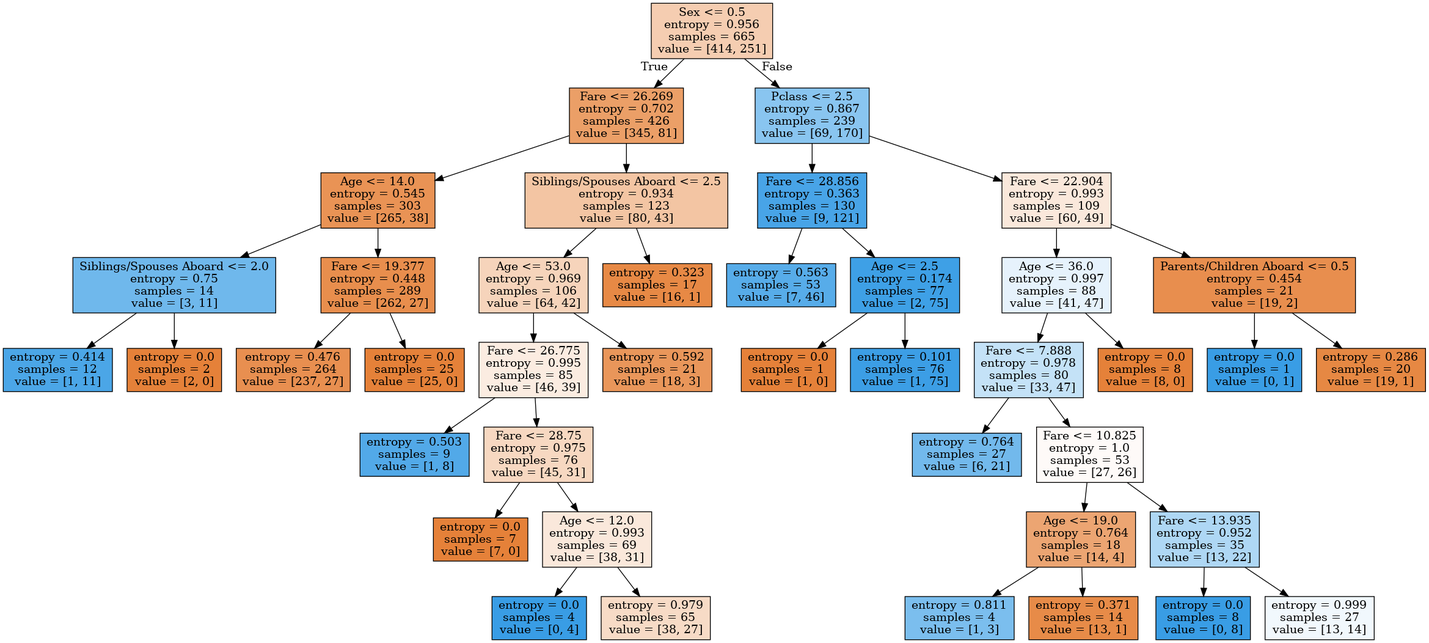
Above: datanerd.hateblo.jp/2020/04/30/tree/model2.png in sugiyamath/self_kaggling (Graphviz), before the change. Its source is kept beside it as datanerd.hateblo.jp/2020/04/30/tree/model2.dot.
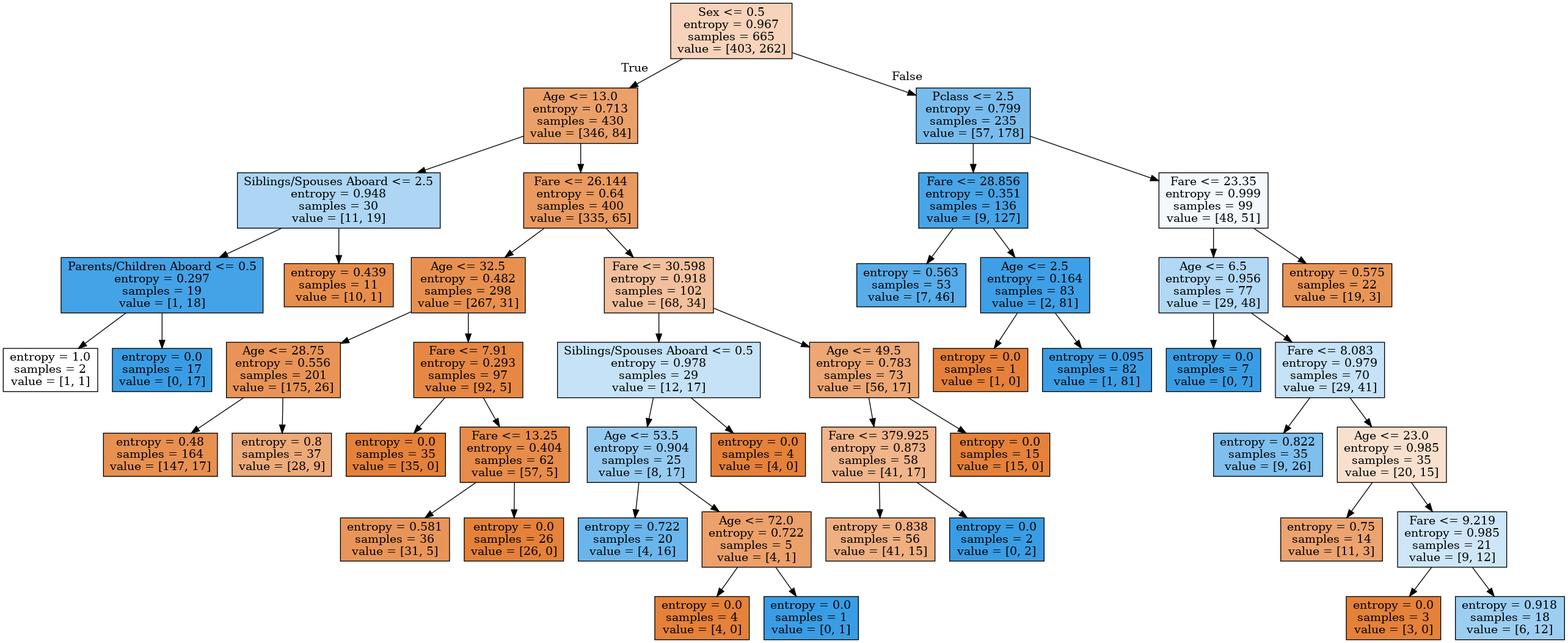
Later version of the same file.

Change to the diagram source:
```diff
@@ -1,84 +1,96 @@
 digraph Tree {
 node [shape=box, style="filled", color="black"] ;
-0 [label="Sex <= 0.5\nentropy = 0.956\nsamples = 665\nvalue = [414, 251]", fillcolor="#f5cdb1"] ;
-1 [label="Fare <= 26.269\nentropy = 0.702\nsamples = 426\nvalue = [345, 81]", fillcolor="#eb9f67"] ;
+0 [label="Sex <= 0.5\nentropy = 0.967\nsamples = 665\nvalue = [403, 262]", fillcolor="#f6d3ba"] ;
+1 [label="Age <= 13.0\nentropy = 0.713\nsamples = 430\nvalue = [346, 84]", fillcolor="#eba069"] ;
 0 -> 1 [labeldistance=2.5, labelangle=45, headlabel="True"] ;
-5 [label="Age <= 14.0\nentropy = 0.545\nsamples = 303\nvalue = [265, 38]", fillcolor="#e99355"] ;
+5 [label="Siblings/Spouses Aboard <= 2.5\nentropy = 0.948\nsamples = 30\nvalue = [11, 19]", fillcolor="#acd6f4"] ;
 1 -> 5 ;
-7 [label="Siblings/Spouses Aboard <= 2.0\nentropy = 0.75\nsamples = 14\nvalue = [3, 11]", fillcolor="#6fb8ec"] ;
-5 -> 7 ;
-21 [label="entropy = 0.414\nsamples = 12\nvalue = [1, 11]", fillcolor="#4ba6e7"] ;
-7 -> 21 ;
-22 [label="entropy = 0.0\nsamples = 2\nvalue = [2, 0]", fillcolor="#e58139"] ;
-7 -> 22 ;
-8 [label="Fare <= 19.377\nentropy = 0.448\nsamples = 289\nvalue = [262, 27]", fillcolor="#e88e4d"] ;
-5 -> 8 ;
-39 [label="entropy = 0.476\nsamples = 264\nvalue = [237, 27]", fillcolor="#e88f50"] ;
-8 -> 39 ;
-40 [label="entropy = 0.0\nsamples = 25\nvalue = [25, 0]", fillcolor="#e58139"] ;
-8 -> 40 ;
-6 [label="Siblings/Spouses Aboard <= 2.5\nentropy = 0.934\nsamples = 123\nvalue = [80, 43]", fillcolor="#f3c5a3"] ;
+9 [label="Parents/Children Aboard <= 0.5\nentropy = 0.297\nsamples = 19\nvalue = [1, 18]", fillcolor="#44a2e6"] ;
+5 -> 9 ;
+31 [label="entropy = 1.0\nsamples = 2\nvalue = [1, 1]", fillcolor="#ffffff"] ;
+9 -> 31 ;
+32 [label="entropy = 0.0\nsamples = 17\nvalue = [0, 17]", fillcolor="#399de5"] ;
+9 -> 32 ;
+10 [label="entropy = 0.439\nsamples = 11\nvalue = [10, 1]", fillcolor="#e88e4d"] ;
+5 -> 10 ;
+6 [label="Fare <= 26.144\nentropy = 0.64\nsamples = 400\nvalue = [335, 65]", fillcolor="#ea995f"] ;
 1 -> 6 ;
-13 [label="Age <= 53.0\nentropy = 0.969\nsamples = 106\nvalue = [64, 42]", fillcolor="#f6d4bb"] ;
-6 -> 13 ;
-15 [label="Fare <= 26.775\nentropy = 0.995\nsamples = 85\nvalue = [46, 39]", fillcolor="#fbece1"] ;
-13 -> 15 ;
-17 [label="entropy = 0.503\nsamples = 9\nvalue = [1, 8]", fillcolor="#52a9e8"] ;
-15 -> 17 ;
-18 [label="Fare <= 28.75\nentropy = 0.975\nsamples = 76\nvalue = [45, 31]", fillcolor="#f7d8c1"] ;
-15 -> 18 ;
-19 [label="entropy = 0.0\nsamples = 7\nvalue = [7, 0]", fillcolor="#e58139"] ;
-18 -> 19 ;
-20 [label="Age <= 12.0\nentropy = 0.993\nsamples = 69\nvalue = [38, 31]", fillcolor="#fae8db"] ;
-18 -> 20 ;
-23 [label="entropy = 0.0\nsamples = 4\nvalue = [0, 4]", fillcolor="#399de5"] ;
-20 -> 23 ;
-24 [label="entropy = 0.979\nsamples = 65\nvalue = [38, 27]", fillcolor="#f7dbc6"] ;
-20 -> 24 ;
-16 [label="entropy = 0.592\nsamples = 21\nvalue = [18, 3]", fillcolor="#e9965a"] ;
-13 -> 16 ;
-14 [label="entropy = 0.323\nsamples = 17\nvalue = [16, 1]", fillcolor="#e78945"] ;
-6 -> 14 ;
-2 [label="Pclass <= 2.5\nentropy = 0.867\nsamples = 239\nvalue = [69, 170]", fillcolor="#89c5f0"] ;
+7 [label="Age <= 32.5\nentropy = 0.482\nsamples = 298\nvalue = [267, 31]", fillcolor="#e89050"] ;
+6 -> 7 ;
+35 [label="Age <= 28.75\nentropy = 0.556\nsamples = 201\nvalue = [175, 26]", fillcolor="#e99456"] ;
+7 -> 35 ;
+45 [label="entropy = 0.48\nsamples = 164\nvalue = [147, 17]", fillcolor="#e89050"] ;
+35 -> 45 ;
+46 [label="entropy = 0.8\nsamples = 37\nvalue = [28, 9]", fillcolor="#edaa79"] ;
+35 -> 46 ;
+36 [label="Fare <= 7.91\nentropy = 0.293\nsamples = 97\nvalue = [92, 5]", fillcolor="#e68844"] ;
+7 -> 36 ;
+37 [label="entropy = 0.0\nsamples = 35\nvalue = [35, 0]", fillcolor="#e58139"] ;
+36 -> 37 ;
+38 [label="Fare <= 13.25\nentropy = 0.404\nsamples = 62\nvalue = [57, 5]", fillcolor="#e78c4a"] ;
+36 -> 38 ;
+39 [label="entropy = 0.581\nsamples = 36\nvalue = [31, 5]", fillcolor="#e99559"] ;
+38 -> 39 ;
+40 [label="entropy = 0.0\nsamples = 26\nvalue = [26, 0]", fillcolor="#e58139"] ;
+38 -> 40 ;
+8 [label="Fare <= 30.598\nentropy = 0.918\nsamples = 102\nvalue = [68, 34]", fillcolor="#f2c09c"] ;
+6 -> 8 ;
+13 [label="Siblings/Spouses Aboard <= 0.5\nentropy = 0.978\nsamples = 29\nvalue = [12, 17]", fillcolor="#c5e2f7"] ;
+8 -> 13 ;
+17 [label="Age <= 53.5\nentropy = 0.904\nsamples = 25\nvalue = [8, 17]", fillcolor="#96cbf1"] ;
+13 -> 17 ;
+23 [label="entropy = 0.722\nsamples = 20\nvalue = [4, 16]", fillcolor="#6ab6ec"] ;
+17 -> 23 ;
+24 [label="Age <= 72.0\nentropy = 0.722\nsamples = 5\nvalue = [4, 1]", fillcolor="#eca06a"] ;
+17 -> 24 ;
+33 [label="entropy = 0.0\nsamples = 4\nvalue = [4, 0]", fillcolor="#e58139"] ;
+24 -> 33 ;
+34 [label="entropy = 0.0\nsamples = 1\nvalue = [0, 1]", fillcolor="#399de5"] ;
+24 -> 34 ;
+18 [label="entropy = 0.0\nsamples = 4\nvalue = [4, 0]", fillcolor="#e58139"] ;
+13 -> 18 ;
+14 [label="Age <= 49.5\nentropy = 0.783\nsamples = 73\nvalue = [56, 17]", fillcolor="#eda775"] ;
+8 -> 14 ;
+15 [label="Fare <= 379.925\nentropy = 0.873\nsamples = 58\nvalue = [41, 17]", fillcolor="#f0b58b"] ;
+14 -> 15 ;
+29 [label="entropy = 0.838\nsamples = 56\nvalue = [41, 15]", fillcolor="#efaf81"] ;
+15 -> 29 ;
+30 [label="entropy = 0.0\nsamples = 2\nvalue = [0, 2]", fillcolor="#399de5"] ;
+15 -> 30 ;
+16 [label="entropy = 0.0\nsamples = 15\nvalue = [15, 0]", fillcolor="#e58139"] ;
+14 -> 16 ;
+2 [label="Pclass <= 2.5\nentropy = 0.799\nsamples = 235\nvalue = [57, 178]", fillcolor="#78bced"] ;
 0 -> 2 [labeldistance=2.5, labelangle=-45, headlabel="False"] ;
-3 [label="Fare <= 28.856\nentropy = 0.363\nsamples = 130\nvalue = [9, 121]", fillcolor="#48a4e7"] ;
+3 [label="Fare <= 28.856\nentropy = 0.351\nsamples = 136\nvalue = [9, 127]", fillcolor="#47a4e7"] ;
 2 -> 3 ;
-33 [label="entropy = 0.563\nsamples = 53\nvalue = [7, 46]", fillcolor="#57ace9"] ;
-3 -> 33 ;
-34 [label="Age <= 2.5\nentropy = 0.174\nsamples = 77\nvalue = [2, 75]", fillcolor="#3ea0e6"] ;
-3 -> 34 ;
-35 [label="entropy = 0.0\nsamples = 1\nvalue = [1, 0]", fillcolor="#e58139"] ;
-34 -> 35 ;
-36 [label="entropy = 0.101\nsamples = 76\nvalue = [1, 75]", fillcolor="#3c9ee5"] ;
-34 -> 36 ;
-4 [label="Fare <= 22.904\nentropy = 0.993\nsamples = 109\nvalue = [60, 49]", fillcolor="#fae8db"] ;
+25 [label="entropy = 0.563\nsamples = 53\nvalue = [7, 46]", fillcolor="#57ace9"] ;
+3 -> 25 ;
+26 [label="Age <= 2.5\nentropy = 0.164\nsamples = 83\nvalue = [2, 81]", fillcolor="#3e9fe6"] ;
+3 -> 26 ;
+27 [label="entropy = 0.0\nsamples = 1\nvalue = [1, 0]", fillcolor="#e58139"] ;
+26 -> 27 ;
+28 [label="entropy = 0.095\nsamples = 82\nvalue = [1, 81]", fillcolor="#3b9ee5"] ;
+26 -> 28 ;
+4 [label="Fare <= 23.35\nentropy = 0.999\nsamples = 99\nvalue = [48, 51]", fillcolor="#f3f9fd"] ;
 2 -> 4 ;
-9 [label="Age <= 36.0\nentropy = 0.997\nsamples = 88\nvalue = [41, 47]", fillcolor="#e6f2fc"] ;
-4 -> 9 ;
-11 [label="Fare <= 7.888\nentropy = 0.978\nsamples = 80\nvalue = [33, 47]", fillcolor="#c4e2f7"] ;
-9 -> 11 ;
-25 [label="entropy = 0.764\nsamples = 27\nvalue = [6, 21]", fillcolor="#72b9ec"] ;
-11 -> 25 ;
-26 [label="Fare <= 10.825\nentropy = 1.0\nsamples = 53\nvalue = [27, 26]", fillcolor="#fefaf8"] ;
-11 -> 26 ;
-27 [label="Age <= 19.0\nentropy = 0.764\nsamples = 18\nvalue = [14, 4]", fillcolor="#eca572"] ;
-26 -> 27 ;
-31 [label="entropy = 0.811\nsamples = 4\nvalue = [1, 3]", fillcolor="#7bbeee"] ;
-27 -> 31 ;
-32 [label="entropy = 0.371\nsamples = 14\nvalue = [13, 1]", fillcolor="#e78b48"] ;
-27 -> 32 ;
-28 [label="Fare <= 13.935\nentropy = 0.952\nsamples = 35\nvalue = [13, 22]", fillcolor="#aed7f4"] ;
-26 -> 28 ;
-29 [label="entropy = 0.0\nsamples = 8\nvalue = [0, 8]", fillcolor="#399de5"] ;
-28 -> 29 ;
-30 [label="entropy = 0.999\nsamples = 27\nvalue = [13, 14]", fillcolor="#f1f8fd"] ;
-28 -> 30 ;
-12 [label="entropy = 0.0\nsamples = 8\nvalue = [8, 0]", fillcolor="#e58139"] ;
-9 -> 12 ;
-10 [label="Parents/Children Aboard <= 0.5\nentropy = 0.454\nsamples = 21\nvalue = [19, 2]", fillcolor="#e88e4e"] ;
-4 -> 10 ;
-37 [label="entropy = 0.0\nsamples = 1\nvalue = [0, 1]", fillcolor="#399de5"] ;
-10 -> 37 ;
-38 [label="entropy = 0.286\nsamples = 20\nvalue = [19, 1]", fillcolor="#e68843"] ;
-10 -> 38 ;
+11 [label="Age <= 6.5\nentropy = 0.956\nsamples = 77\nvalue = [29, 48]", fillcolor="#b1d8f5"] ;
+4 -> 11 ;
+19 [label="entropy = 0.0\nsamples = 7\nvalue = [0, 7]", fillcolor="#399de5"] ;
+11 -> 19 ;
+20 [label="Fare <= 8.083\nentropy = 0.979\nsamples = 70\nvalue = [29, 41]", fillcolor="#c5e2f7"] ;
+11 -> 20 ;
+21 [label="entropy = 0.822\nsamples = 35\nvalue = [9, 26]", fillcolor="#7ebfee"] ;
+20 -> 21 ;
+22 [label="Age <= 23.0\nentropy = 0.985\nsamples = 35\nvalue = [20, 15]", fillcolor="#f8e0ce"] ;
+20 -> 22 ;
+41 [label="entropy = 0.75\nsamples = 14\nvalue = [11, 3]", fillcolor="#eca36f"] ;
+22 -> 41 ;
+42 [label="Fare <= 9.219\nentropy = 0.985\nsamples = 21\nvalue = [9, 12]", fillcolor="#cee6f8"] ;
+22 -> 42 ;
+43 [label="entropy = 0.0\nsamples = 3\nvalue = [3, 0]", fillcolor="#e58139"] ;
+42 -> 43 ;
+44 [label="entropy = 0.918\nsamples = 18\nvalue = [6, 12]", fillcolor="#9ccef2"] ;
+42 -> 44 ;
+12 [label="entropy = 0.575\nsamples = 22\nvalue = [19, 3]", fillcolor="#e99558"] ;
+4 -> 12 ;
 }
```
